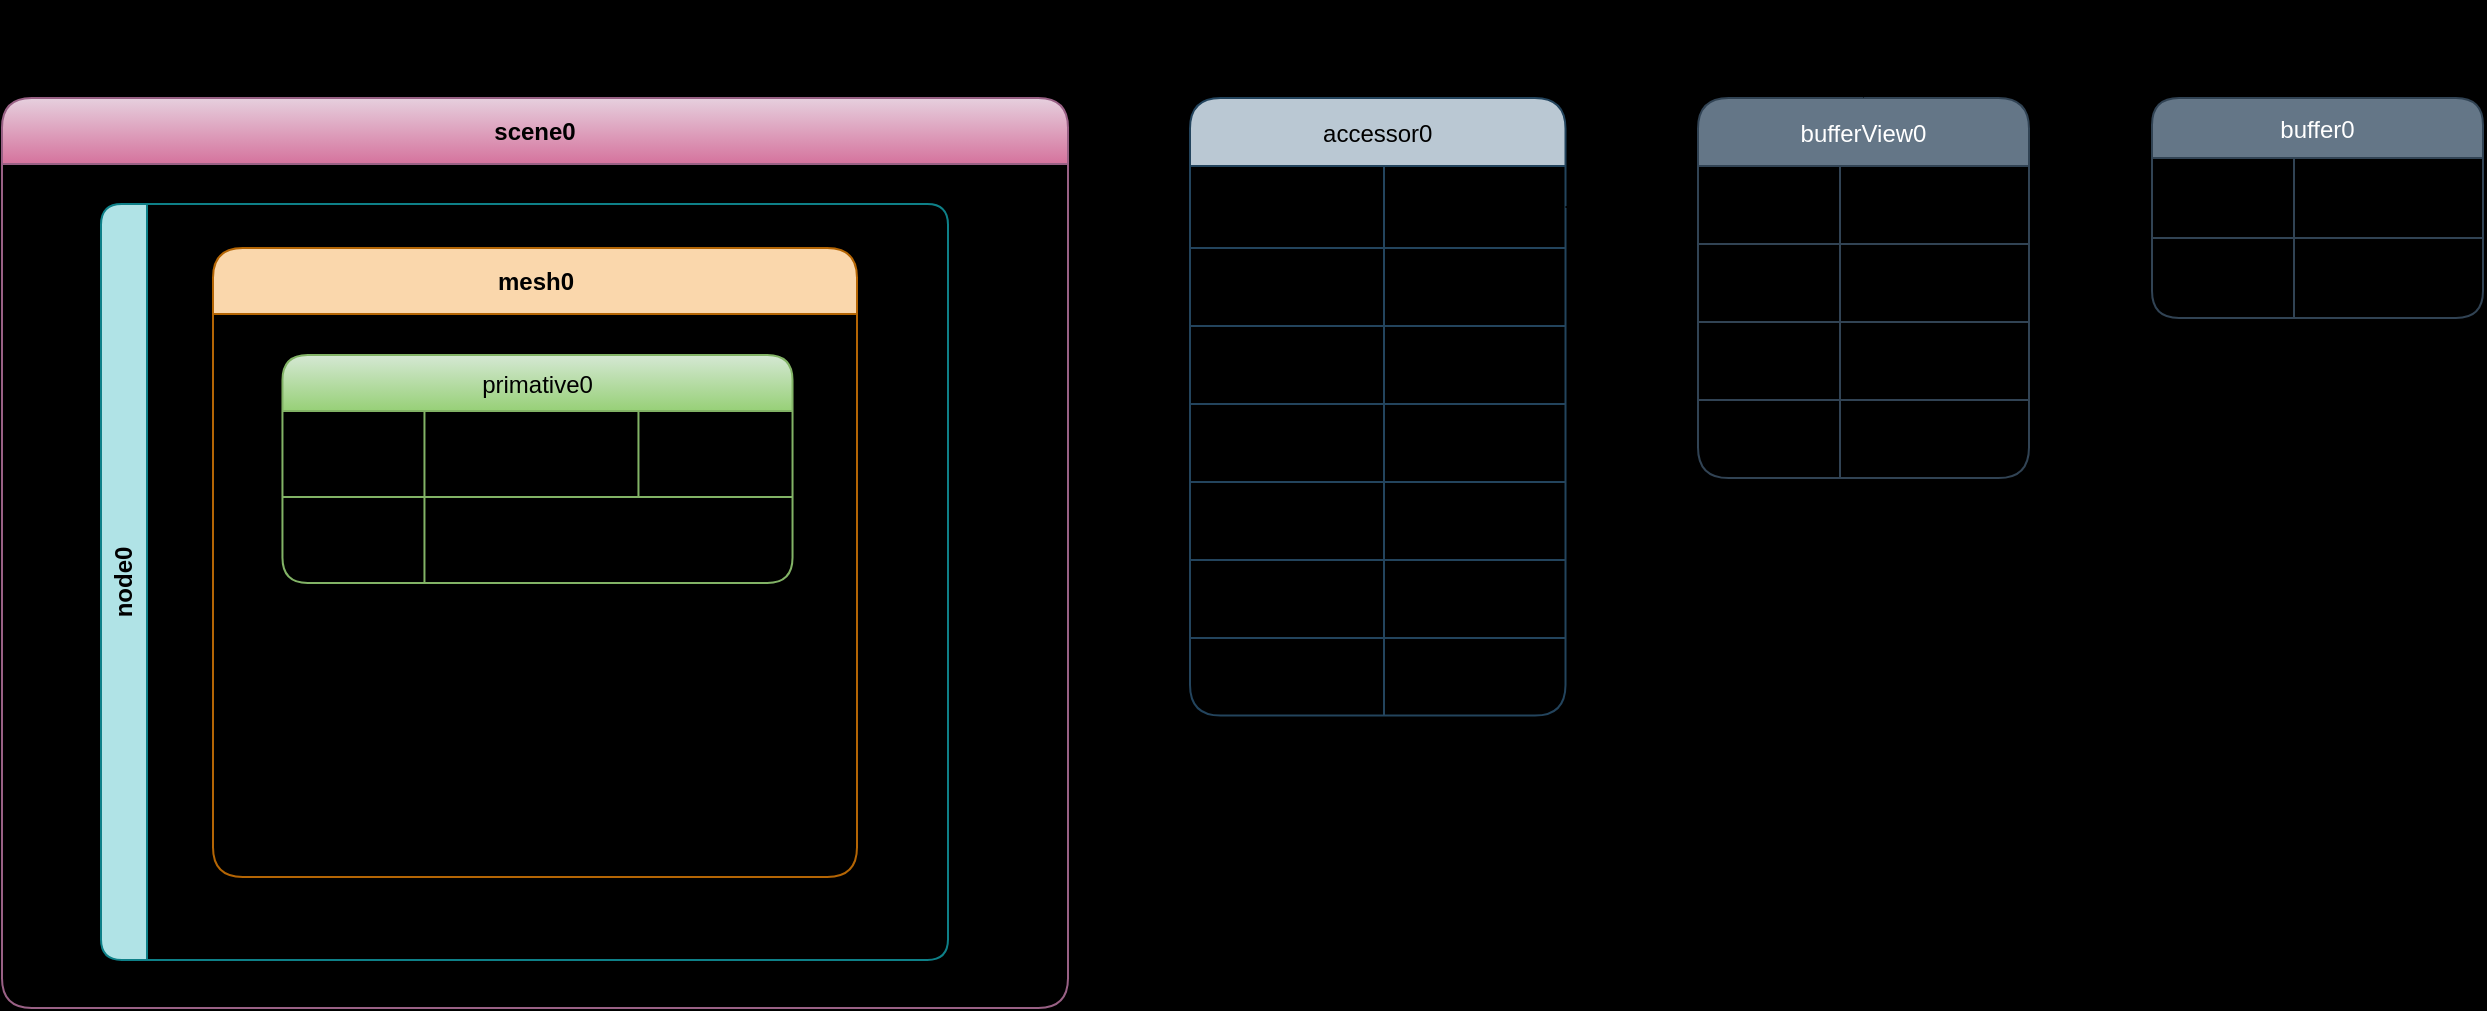
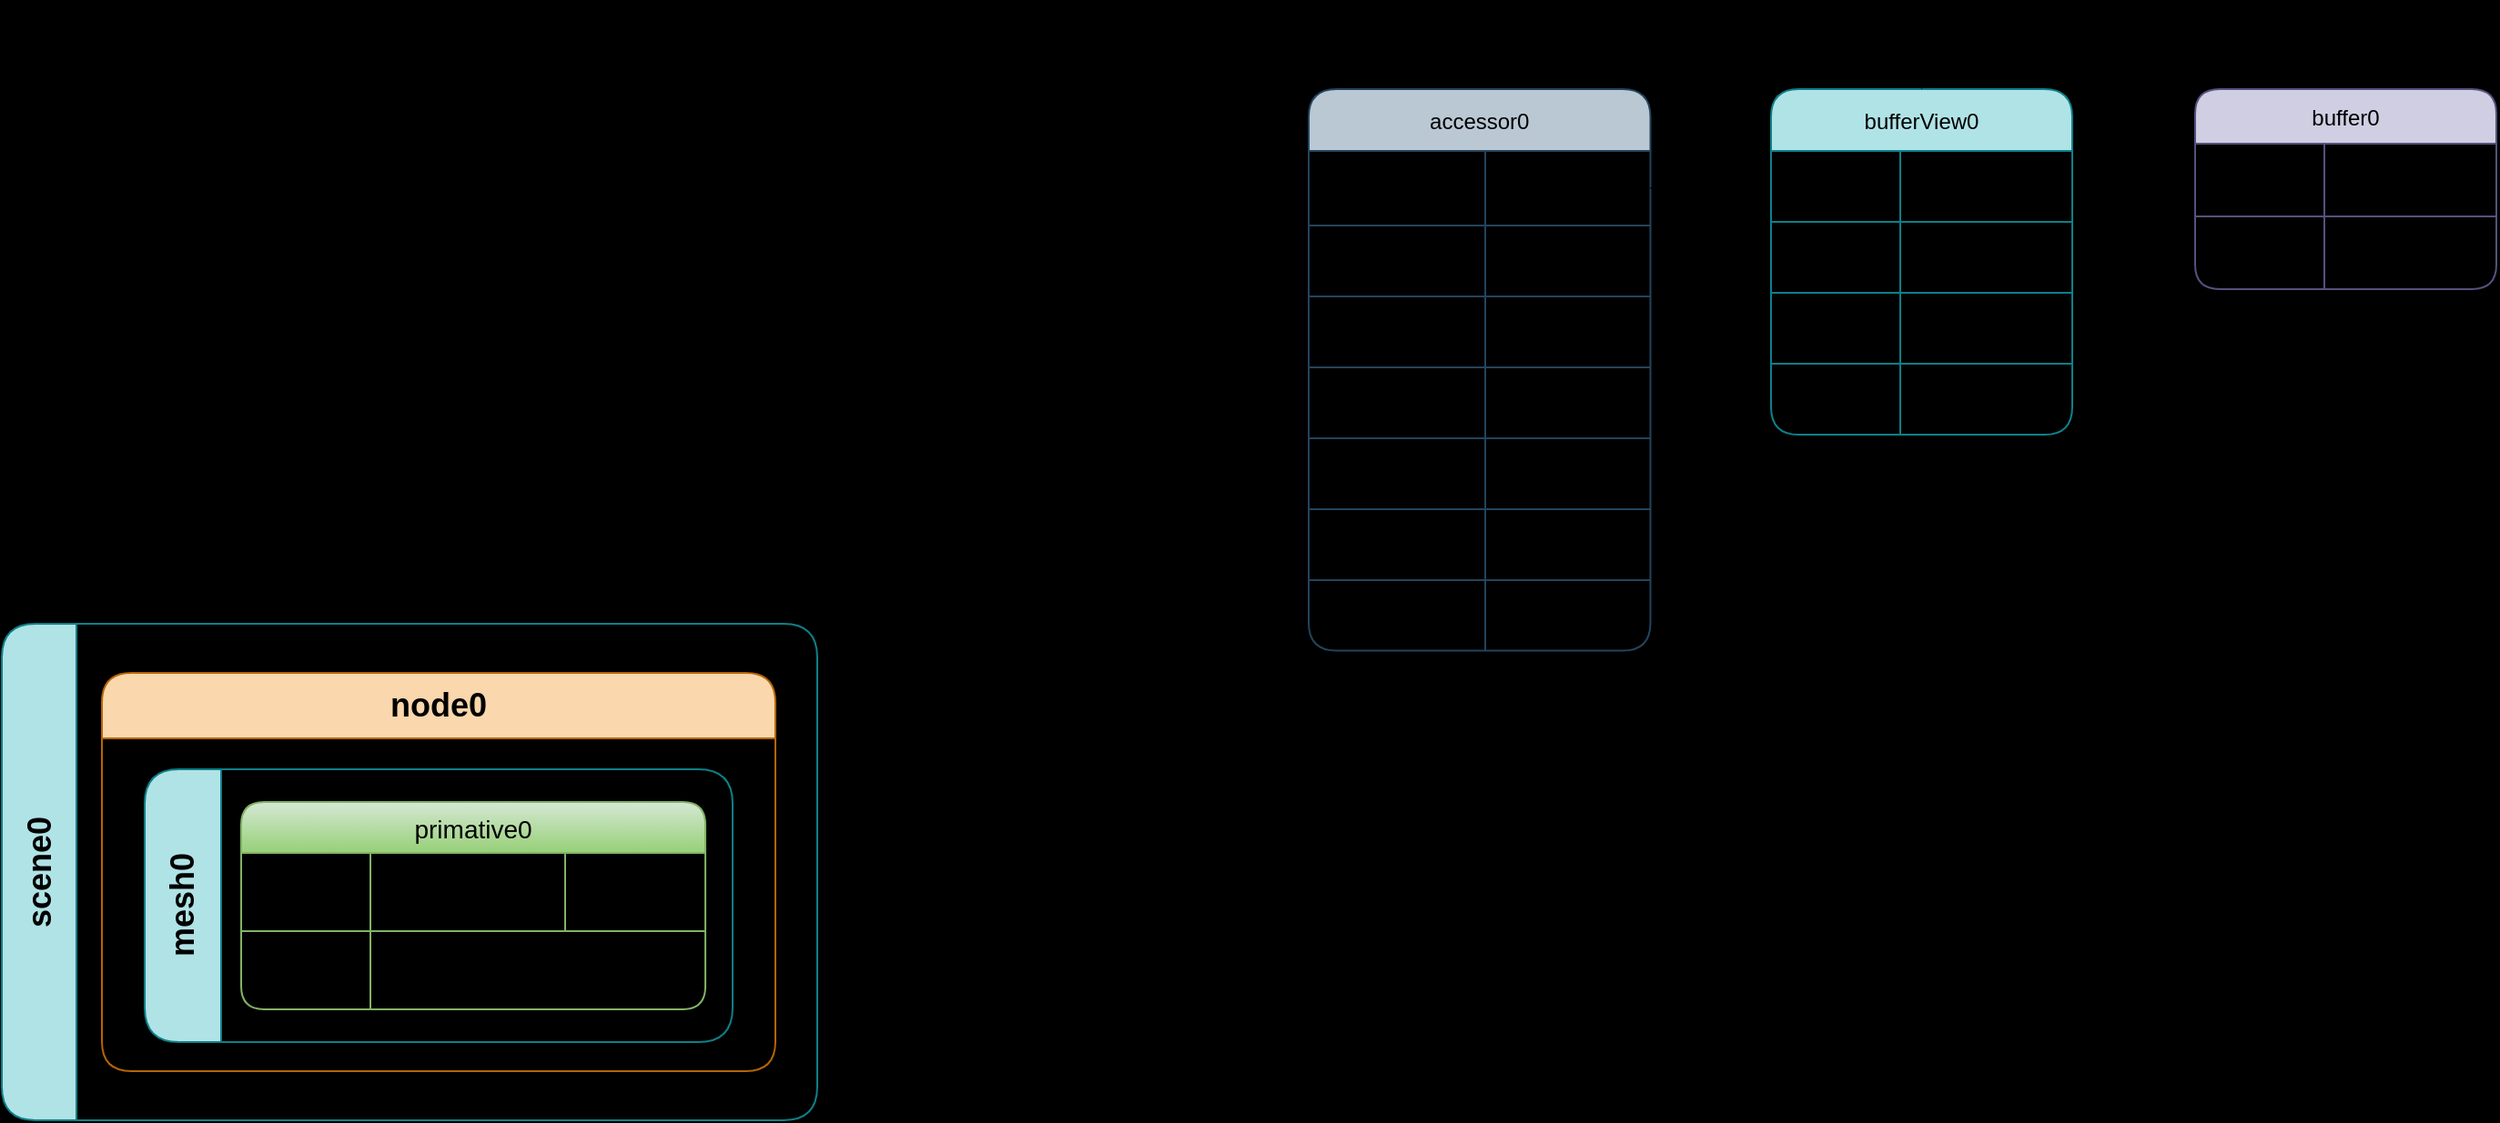
<mxfile host="app.diagrams.net">
  <diagram id="BZvedy4mBk2RI_J5c_5u" name="第 1 页">
-     <mxGraphModel dx="2491" dy="1342" grid="0" gridSize="10" guides="1" tooltips="1" connect="1" arrows="1" fold="1" page="0" pageScale="1" pageWidth="827" pageHeight="1169" background="light-dark(#000000,#2B2B2B)" math="0" shadow="0">
+     <mxGraphModel dx="2959" dy="1342" grid="0" gridSize="10" guides="1" tooltips="1" connect="1" arrows="1" fold="1" page="0" pageScale="1" pageWidth="827" pageHeight="1169" background="light-dark(#000000,#2B2B2B)" math="0" shadow="0">
      <root>
        <mxCell id="0" />
        <mxCell id="1" parent="0" />
-         <mxCell id="-Ds3_SINnqwqFCvs20sv-1" parent="1" style="shape=table;startSize=30;container=1;collapsible=0;childLayout=tableLayout;fixedHeader=1;fillColor=#647687;fontColor=#ffffff;strokeColor=#314354;rounded=1;" value="buffer0" vertex="1">
-           <mxGeometry height="110" width="165.5" x="147" y="-32" as="geometry" />
+         <mxCell id="-Ds3_SINnqwqFCvs20sv-1" parent="1" style="shape=table;startSize=30;container=1;collapsible=0;childLayout=tableLayout;fixedHeader=1;fillColor=#d0cee2;strokeColor=#56517e;rounded=1;" value="buffer0" vertex="1">
+           <mxGeometry height="110" width="165.5" x="153" y="-32" as="geometry" />
        </mxCell>
        <mxCell id="-Ds3_SINnqwqFCvs20sv-2" parent="-Ds3_SINnqwqFCvs20sv-1" style="shape=tableRow;horizontal=0;startSize=0;swimlaneHead=0;swimlaneBody=0;strokeColor=inherit;top=0;left=0;bottom=0;right=0;collapsible=0;dropTarget=0;fillColor=none;points=[[0,0.5],[1,0.5]];portConstraint=eastwest;fixedHeader=1;rounded=1;" value="" vertex="1">
          <mxGeometry height="40" width="165.5" y="30" as="geometry" />
        </mxCell>
        <mxCell id="-Ds3_SINnqwqFCvs20sv-3" parent="-Ds3_SINnqwqFCvs20sv-2" style="shape=partialRectangle;html=1;whiteSpace=wrap;connectable=0;strokeColor=inherit;overflow=hidden;fillColor=none;top=0;left=0;bottom=0;right=0;pointerEvents=1;align=center;rounded=1;fontColor=light-dark(#000000,#20C2B5);" value="uri" vertex="1">
          <mxGeometry height="40" width="71" as="geometry">
            <mxRectangle height="40" width="71" as="alternateBounds" />
          </mxGeometry>
        </mxCell>
        <mxCell id="-Ds3_SINnqwqFCvs20sv-4" parent="-Ds3_SINnqwqFCvs20sv-2" style="shape=partialRectangle;html=1;whiteSpace=wrap;connectable=0;strokeColor=inherit;overflow=hidden;fillColor=none;top=0;left=0;bottom=0;right=0;pointerEvents=1;rounded=1;fontColor=light-dark(#000000,#ACB7C4);" value="data:URL" vertex="1">
          <mxGeometry height="40" width="95" x="71" as="geometry">
            <mxRectangle height="40" width="95" as="alternateBounds" />
          </mxGeometry>
        </mxCell>
        <mxCell id="-Ds3_SINnqwqFCvs20sv-5" parent="-Ds3_SINnqwqFCvs20sv-1" style="shape=tableRow;horizontal=0;startSize=0;swimlaneHead=0;swimlaneBody=0;strokeColor=inherit;top=0;left=0;bottom=0;right=0;collapsible=0;dropTarget=0;fillColor=none;points=[[0,0.5],[1,0.5]];portConstraint=eastwest;fixedHeader=1;rounded=1;" value="" vertex="1">
          <mxGeometry height="40" width="165.5" y="70" as="geometry" />
        </mxCell>
        <mxCell id="-Ds3_SINnqwqFCvs20sv-6" parent="-Ds3_SINnqwqFCvs20sv-5" style="shape=partialRectangle;html=1;whiteSpace=wrap;connectable=0;strokeColor=inherit;overflow=hidden;fillColor=none;top=0;left=0;bottom=0;right=0;pointerEvents=1;align=center;rounded=1;fontColor=light-dark(#000000,#20C2B5);" value="byteLength" vertex="1">
          <mxGeometry height="40" width="71" as="geometry">
            <mxRectangle height="40" width="71" as="alternateBounds" />
          </mxGeometry>
        </mxCell>
        <mxCell id="-Ds3_SINnqwqFCvs20sv-7" parent="-Ds3_SINnqwqFCvs20sv-5" style="shape=partialRectangle;html=1;whiteSpace=wrap;connectable=0;strokeColor=inherit;overflow=hidden;fillColor=none;top=0;left=0;bottom=0;right=0;pointerEvents=1;rounded=1;fontColor=light-dark(#000000,#ACB7C4);" value="36" vertex="1">
          <mxGeometry height="40" width="95" x="71" as="geometry">
            <mxRectangle height="40" width="95" as="alternateBounds" />
          </mxGeometry>
        </mxCell>
-         <mxCell id="IMBELnrVSliVJA-H-ImH-1" parent="1" style="shape=table;startSize=34;container=1;collapsible=0;childLayout=tableLayout;fixedHeader=1;fillColor=#647687;fontColor=#ffffff;strokeColor=#314354;rounded=1;" value="bufferView0" vertex="1">
+         <mxCell id="IMBELnrVSliVJA-H-ImH-1" parent="1" style="shape=table;startSize=34;container=1;collapsible=0;childLayout=tableLayout;fixedHeader=1;fillColor=#b0e3e6;strokeColor=#0e8088;rounded=1;" value="bufferView0" vertex="1">
          <mxGeometry height="190" width="165.5" x="-80" y="-32" as="geometry" />
        </mxCell>
        <mxCell id="IMBELnrVSliVJA-H-ImH-2" parent="IMBELnrVSliVJA-H-ImH-1" style="shape=tableRow;horizontal=0;startSize=0;swimlaneHead=0;swimlaneBody=0;strokeColor=inherit;top=0;left=0;bottom=0;right=0;collapsible=0;dropTarget=0;fillColor=none;points=[[0,0.5],[1,0.5]];portConstraint=eastwest;fixedHeader=1;rounded=1;" value="" vertex="1">
          <mxGeometry height="39" width="165.5" y="34" as="geometry" />
        </mxCell>
        <mxCell id="IMBELnrVSliVJA-H-ImH-3" parent="IMBELnrVSliVJA-H-ImH-2" style="shape=partialRectangle;html=1;whiteSpace=wrap;connectable=0;strokeColor=inherit;overflow=hidden;fillColor=none;top=0;left=0;bottom=0;right=0;pointerEvents=1;align=center;rounded=1;fontColor=light-dark(#000000,#20C2B5);" value="buffer" vertex="1">
          <mxGeometry height="39" width="71" as="geometry">
            <mxRectangle height="39" width="71" as="alternateBounds" />
          </mxGeometry>
        </mxCell>
        <mxCell id="IMBELnrVSliVJA-H-ImH-4" parent="IMBELnrVSliVJA-H-ImH-2" style="shape=partialRectangle;html=1;whiteSpace=wrap;connectable=0;strokeColor=inherit;overflow=hidden;fillColor=none;top=0;left=0;bottom=0;right=0;pointerEvents=1;rounded=1;fontColor=light-dark(#000000,#ACB7C4);" value="0" vertex="1">
          <mxGeometry height="39" width="95" x="71" as="geometry">
            <mxRectangle height="39" width="95" as="alternateBounds" />
          </mxGeometry>
        </mxCell>
        <mxCell id="IMBELnrVSliVJA-H-ImH-5" parent="IMBELnrVSliVJA-H-ImH-1" style="shape=tableRow;horizontal=0;startSize=0;swimlaneHead=0;swimlaneBody=0;strokeColor=inherit;top=0;left=0;bottom=0;right=0;collapsible=0;dropTarget=0;fillColor=none;points=[[0,0.5],[1,0.5]];portConstraint=eastwest;fixedHeader=1;rounded=1;" value="" vertex="1">
          <mxGeometry height="39" width="165.5" y="73" as="geometry" />
        </mxCell>
        <mxCell id="IMBELnrVSliVJA-H-ImH-6" parent="IMBELnrVSliVJA-H-ImH-5" style="shape=partialRectangle;html=1;whiteSpace=wrap;connectable=0;strokeColor=inherit;overflow=hidden;fillColor=none;top=0;left=0;bottom=0;right=0;pointerEvents=1;align=center;rounded=1;fontColor=light-dark(#000000,#20C2B5);" value="byteOffset" vertex="1">
          <mxGeometry height="39" width="71" as="geometry">
            <mxRectangle height="39" width="71" as="alternateBounds" />
          </mxGeometry>
        </mxCell>
        <mxCell id="IMBELnrVSliVJA-H-ImH-7" parent="IMBELnrVSliVJA-H-ImH-5" style="shape=partialRectangle;html=1;whiteSpace=wrap;connectable=0;strokeColor=inherit;overflow=hidden;fillColor=none;top=0;left=0;bottom=0;right=0;pointerEvents=1;rounded=1;fontColor=light-dark(#000000,#ACB7C4);" value="0" vertex="1">
          <mxGeometry height="39" width="95" x="71" as="geometry">
            <mxRectangle height="39" width="95" as="alternateBounds" />
          </mxGeometry>
        </mxCell>
        <mxCell id="IMBELnrVSliVJA-H-ImH-8" parent="IMBELnrVSliVJA-H-ImH-1" style="shape=tableRow;horizontal=0;startSize=0;swimlaneHead=0;swimlaneBody=0;strokeColor=inherit;top=0;left=0;bottom=0;right=0;collapsible=0;dropTarget=0;fillColor=none;points=[[0,0.5],[1,0.5]];portConstraint=eastwest;fixedHeader=1;rounded=1;" vertex="1">
          <mxGeometry height="39" width="165.5" y="112" as="geometry" />
        </mxCell>
        <mxCell id="IMBELnrVSliVJA-H-ImH-9" parent="IMBELnrVSliVJA-H-ImH-8" style="shape=partialRectangle;html=1;whiteSpace=wrap;connectable=0;strokeColor=inherit;overflow=hidden;fillColor=none;top=0;left=0;bottom=0;right=0;pointerEvents=1;align=center;rounded=1;fontColor=light-dark(#000000,#20C2B5);" value="byteLength" vertex="1">
          <mxGeometry height="39" width="71" as="geometry">
            <mxRectangle height="39" width="71" as="alternateBounds" />
          </mxGeometry>
        </mxCell>
        <mxCell id="IMBELnrVSliVJA-H-ImH-10" parent="IMBELnrVSliVJA-H-ImH-8" style="shape=partialRectangle;html=1;whiteSpace=wrap;connectable=0;strokeColor=inherit;overflow=hidden;fillColor=none;top=0;left=0;bottom=0;right=0;pointerEvents=1;rounded=1;fontColor=light-dark(#000000,#ACB7C4);" value="36" vertex="1">
          <mxGeometry height="39" width="95" x="71" as="geometry">
            <mxRectangle height="39" width="95" as="alternateBounds" />
          </mxGeometry>
        </mxCell>
        <mxCell id="IMBELnrVSliVJA-H-ImH-11" parent="IMBELnrVSliVJA-H-ImH-1" style="shape=tableRow;horizontal=0;startSize=0;swimlaneHead=0;swimlaneBody=0;strokeColor=inherit;top=0;left=0;bottom=0;right=0;collapsible=0;dropTarget=0;fillColor=none;points=[[0,0.5],[1,0.5]];portConstraint=eastwest;fixedHeader=1;rounded=1;" vertex="1">
          <mxGeometry height="39" width="165.5" y="151" as="geometry" />
        </mxCell>
        <mxCell id="IMBELnrVSliVJA-H-ImH-12" parent="IMBELnrVSliVJA-H-ImH-11" style="shape=partialRectangle;html=1;whiteSpace=wrap;connectable=0;strokeColor=inherit;overflow=hidden;fillColor=none;top=0;left=0;bottom=0;right=0;pointerEvents=1;align=center;rounded=1;fontColor=light-dark(#000000,#20C2B5);" value="target" vertex="1">
          <mxGeometry height="39" width="71" as="geometry">
            <mxRectangle height="39" width="71" as="alternateBounds" />
          </mxGeometry>
        </mxCell>
        <mxCell id="IMBELnrVSliVJA-H-ImH-13" parent="IMBELnrVSliVJA-H-ImH-11" style="shape=partialRectangle;html=1;whiteSpace=wrap;connectable=0;strokeColor=inherit;overflow=hidden;fillColor=none;top=0;left=0;bottom=0;right=0;pointerEvents=1;rounded=1;fontColor=light-dark(#000000,#ACB7C4);" value="34962" vertex="1">
          <mxGeometry height="39" width="95" x="71" as="geometry">
            <mxRectangle height="39" width="95" as="alternateBounds" />
          </mxGeometry>
        </mxCell>
        <mxCell id="IMBELnrVSliVJA-H-ImH-16" parent="1" style="shape=table;startSize=34;container=1;collapsible=0;childLayout=tableLayout;fixedHeader=1;fillColor=#bac8d3;strokeColor=#23445d;rounded=1;" value="accessor0" vertex="1">
          <mxGeometry height="308.75" width="187.75" x="-334" y="-32" as="geometry" />
        </mxCell>
        <mxCell id="IMBELnrVSliVJA-H-ImH-17" parent="IMBELnrVSliVJA-H-ImH-16" style="shape=tableRow;horizontal=0;startSize=0;swimlaneHead=0;swimlaneBody=0;strokeColor=inherit;top=0;left=0;bottom=0;right=0;collapsible=0;dropTarget=0;fillColor=none;points=[[0,0.5],[1,0.5]];portConstraint=eastwest;fixedHeader=1;rounded=1;" value="" vertex="1">
          <mxGeometry height="41" width="187.75" y="34" as="geometry" />
        </mxCell>
        <mxCell id="IMBELnrVSliVJA-H-ImH-18" parent="IMBELnrVSliVJA-H-ImH-17" style="shape=partialRectangle;html=1;whiteSpace=wrap;connectable=0;strokeColor=inherit;overflow=hidden;fillColor=none;top=0;left=0;bottom=0;right=0;pointerEvents=1;align=center;rounded=1;fontColor=light-dark(#000000,#20C2B5);fontStyle=1" value="&lt;span style=&quot;&quot;&gt;bufferView&lt;/span&gt;" vertex="1">
          <mxGeometry height="41" width="97" as="geometry">
            <mxRectangle height="41" width="97" as="alternateBounds" />
          </mxGeometry>
        </mxCell>
        <mxCell id="IMBELnrVSliVJA-H-ImH-19" parent="IMBELnrVSliVJA-H-ImH-17" style="shape=partialRectangle;html=1;whiteSpace=wrap;connectable=0;strokeColor=inherit;overflow=hidden;fillColor=none;top=0;left=0;bottom=0;right=0;pointerEvents=1;rounded=1;fontColor=light-dark(#000000,#ACB7C4);" value="0" vertex="1">
          <mxGeometry height="41" width="91" x="97" as="geometry">
            <mxRectangle height="41" width="91" as="alternateBounds" />
          </mxGeometry>
        </mxCell>
        <mxCell id="IMBELnrVSliVJA-H-ImH-20" parent="IMBELnrVSliVJA-H-ImH-16" style="shape=tableRow;horizontal=0;startSize=0;swimlaneHead=0;swimlaneBody=0;strokeColor=inherit;top=0;left=0;bottom=0;right=0;collapsible=0;dropTarget=0;fillColor=none;points=[[0,0.5],[1,0.5]];portConstraint=eastwest;fixedHeader=1;rounded=1;" value="" vertex="1">
          <mxGeometry height="39" width="187.75" y="75" as="geometry" />
        </mxCell>
        <mxCell id="IMBELnrVSliVJA-H-ImH-21" parent="IMBELnrVSliVJA-H-ImH-20" style="shape=partialRectangle;html=1;whiteSpace=wrap;connectable=0;strokeColor=inherit;overflow=hidden;fillColor=none;top=0;left=0;bottom=0;right=0;pointerEvents=1;align=center;rounded=1;fontColor=light-dark(#000000,#20C2B5);" value="byteOffset" vertex="1">
          <mxGeometry height="39" width="97" as="geometry">
            <mxRectangle height="39" width="97" as="alternateBounds" />
          </mxGeometry>
        </mxCell>
        <mxCell id="IMBELnrVSliVJA-H-ImH-22" parent="IMBELnrVSliVJA-H-ImH-20" style="shape=partialRectangle;html=1;whiteSpace=wrap;connectable=0;strokeColor=inherit;overflow=hidden;fillColor=none;top=0;left=0;bottom=0;right=0;pointerEvents=1;rounded=1;fontColor=light-dark(#000000,#ACB7C4);" value="0" vertex="1">
          <mxGeometry height="39" width="91" x="97" as="geometry">
            <mxRectangle height="39" width="91" as="alternateBounds" />
          </mxGeometry>
        </mxCell>
        <mxCell id="IMBELnrVSliVJA-H-ImH-23" parent="IMBELnrVSliVJA-H-ImH-16" style="shape=tableRow;horizontal=0;startSize=0;swimlaneHead=0;swimlaneBody=0;strokeColor=inherit;top=0;left=0;bottom=0;right=0;collapsible=0;dropTarget=0;fillColor=none;points=[[0,0.5],[1,0.5]];portConstraint=eastwest;fixedHeader=1;rounded=1;" vertex="1">
          <mxGeometry height="39" width="187.75" y="114" as="geometry" />
        </mxCell>
        <mxCell id="IMBELnrVSliVJA-H-ImH-24" parent="IMBELnrVSliVJA-H-ImH-23" style="shape=partialRectangle;html=1;whiteSpace=wrap;connectable=0;strokeColor=inherit;overflow=hidden;fillColor=none;top=0;left=0;bottom=0;right=0;pointerEvents=1;align=center;rounded=1;fontColor=light-dark(#000000,#20C2B5);" value="componentType" vertex="1">
          <mxGeometry height="39" width="97" as="geometry">
            <mxRectangle height="39" width="97" as="alternateBounds" />
          </mxGeometry>
        </mxCell>
        <mxCell id="IMBELnrVSliVJA-H-ImH-25" parent="IMBELnrVSliVJA-H-ImH-23" style="shape=partialRectangle;html=1;whiteSpace=wrap;connectable=0;strokeColor=inherit;overflow=hidden;fillColor=none;top=0;left=0;bottom=0;right=0;pointerEvents=1;rounded=1;fontColor=light-dark(#000000,#ACB7C4);" value="5126" vertex="1">
          <mxGeometry height="39" width="91" x="97" as="geometry">
            <mxRectangle height="39" width="91" as="alternateBounds" />
          </mxGeometry>
        </mxCell>
        <mxCell id="IMBELnrVSliVJA-H-ImH-26" parent="IMBELnrVSliVJA-H-ImH-16" style="shape=tableRow;horizontal=0;startSize=0;swimlaneHead=0;swimlaneBody=0;strokeColor=inherit;top=0;left=0;bottom=0;right=0;collapsible=0;dropTarget=0;fillColor=none;points=[[0,0.5],[1,0.5]];portConstraint=eastwest;fixedHeader=1;rounded=1;" vertex="1">
          <mxGeometry height="39" width="187.75" y="153" as="geometry" />
        </mxCell>
        <mxCell id="IMBELnrVSliVJA-H-ImH-27" parent="IMBELnrVSliVJA-H-ImH-26" style="shape=partialRectangle;html=1;whiteSpace=wrap;connectable=0;strokeColor=inherit;overflow=hidden;fillColor=none;top=0;left=0;bottom=0;right=0;pointerEvents=1;align=center;rounded=1;fontColor=light-dark(#000000,#20C2B5);" value="count" vertex="1">
          <mxGeometry height="39" width="97" as="geometry">
            <mxRectangle height="39" width="97" as="alternateBounds" />
          </mxGeometry>
        </mxCell>
        <mxCell id="IMBELnrVSliVJA-H-ImH-28" parent="IMBELnrVSliVJA-H-ImH-26" style="shape=partialRectangle;html=1;whiteSpace=wrap;connectable=0;strokeColor=inherit;overflow=hidden;fillColor=none;top=0;left=0;bottom=0;right=0;pointerEvents=1;rounded=1;fontColor=light-dark(#000000,#ACB7C4);" value="3" vertex="1">
          <mxGeometry height="39" width="91" x="97" as="geometry">
            <mxRectangle height="39" width="91" as="alternateBounds" />
          </mxGeometry>
        </mxCell>
        <mxCell id="IMBELnrVSliVJA-H-ImH-29" parent="IMBELnrVSliVJA-H-ImH-16" style="shape=tableRow;horizontal=0;startSize=0;swimlaneHead=0;swimlaneBody=0;strokeColor=inherit;top=0;left=0;bottom=0;right=0;collapsible=0;dropTarget=0;fillColor=none;points=[[0,0.5],[1,0.5]];portConstraint=eastwest;fixedHeader=1;rounded=1;" vertex="1">
          <mxGeometry height="39" width="187.75" y="192" as="geometry" />
        </mxCell>
        <mxCell id="IMBELnrVSliVJA-H-ImH-30" parent="IMBELnrVSliVJA-H-ImH-29" style="shape=partialRectangle;html=1;whiteSpace=wrap;connectable=0;strokeColor=inherit;overflow=hidden;fillColor=none;top=0;left=0;bottom=0;right=0;pointerEvents=1;align=center;rounded=1;fontColor=light-dark(#000000,#20C2B5);" value="type" vertex="1">
          <mxGeometry height="39" width="97" as="geometry">
            <mxRectangle height="39" width="97" as="alternateBounds" />
          </mxGeometry>
        </mxCell>
        <mxCell id="IMBELnrVSliVJA-H-ImH-31" parent="IMBELnrVSliVJA-H-ImH-29" style="shape=partialRectangle;html=1;whiteSpace=wrap;connectable=0;strokeColor=inherit;overflow=hidden;fillColor=none;top=0;left=0;bottom=0;right=0;pointerEvents=1;rounded=1;fontColor=light-dark(#000000,#ACB7C4);" value="&quot;VEC3&quot;" vertex="1">
          <mxGeometry height="39" width="91" x="97" as="geometry">
            <mxRectangle height="39" width="91" as="alternateBounds" />
          </mxGeometry>
        </mxCell>
        <mxCell id="IMBELnrVSliVJA-H-ImH-32" parent="IMBELnrVSliVJA-H-ImH-16" style="shape=tableRow;horizontal=0;startSize=0;swimlaneHead=0;swimlaneBody=0;strokeColor=inherit;top=0;left=0;bottom=0;right=0;collapsible=0;dropTarget=0;fillColor=none;points=[[0,0.5],[1,0.5]];portConstraint=eastwest;fixedHeader=1;rounded=1;" vertex="1">
          <mxGeometry height="39" width="187.75" y="231" as="geometry" />
        </mxCell>
        <mxCell id="IMBELnrVSliVJA-H-ImH-33" parent="IMBELnrVSliVJA-H-ImH-32" style="shape=partialRectangle;html=1;whiteSpace=wrap;connectable=0;strokeColor=inherit;overflow=hidden;fillColor=none;top=0;left=0;bottom=0;right=0;pointerEvents=1;align=center;rounded=1;fontColor=light-dark(#000000,#20C2B5);" value="max" vertex="1">
          <mxGeometry height="39" width="97" as="geometry">
            <mxRectangle height="39" width="97" as="alternateBounds" />
          </mxGeometry>
        </mxCell>
        <mxCell id="IMBELnrVSliVJA-H-ImH-34" parent="IMBELnrVSliVJA-H-ImH-32" style="shape=partialRectangle;html=1;whiteSpace=wrap;connectable=0;strokeColor=inherit;overflow=hidden;fillColor=none;top=0;left=0;bottom=0;right=0;pointerEvents=1;rounded=1;fontColor=light-dark(#000000,#ACB7C4);" value="[1.0, 1.0, 0.0]" vertex="1">
          <mxGeometry height="39" width="91" x="97" as="geometry">
            <mxRectangle height="39" width="91" as="alternateBounds" />
          </mxGeometry>
        </mxCell>
        <mxCell id="IMBELnrVSliVJA-H-ImH-35" parent="IMBELnrVSliVJA-H-ImH-16" style="shape=tableRow;horizontal=0;startSize=0;swimlaneHead=0;swimlaneBody=0;strokeColor=inherit;top=0;left=0;bottom=0;right=0;collapsible=0;dropTarget=0;fillColor=none;points=[[0,0.5],[1,0.5]];portConstraint=eastwest;fixedHeader=1;rounded=1;" vertex="1">
          <mxGeometry height="39" width="187.75" y="270" as="geometry" />
        </mxCell>
        <mxCell id="IMBELnrVSliVJA-H-ImH-36" parent="IMBELnrVSliVJA-H-ImH-35" style="shape=partialRectangle;html=1;whiteSpace=wrap;connectable=0;strokeColor=inherit;overflow=hidden;fillColor=none;top=0;left=0;bottom=0;right=0;pointerEvents=1;align=center;rounded=1;fontColor=light-dark(#000000,#20C2B5);" value="min" vertex="1">
          <mxGeometry height="39" width="97" as="geometry">
            <mxRectangle height="39" width="97" as="alternateBounds" />
          </mxGeometry>
        </mxCell>
        <mxCell id="IMBELnrVSliVJA-H-ImH-37" parent="IMBELnrVSliVJA-H-ImH-35" style="shape=partialRectangle;html=1;whiteSpace=wrap;connectable=0;strokeColor=inherit;overflow=hidden;fillColor=none;top=0;left=0;bottom=0;right=0;pointerEvents=1;rounded=1;fontColor=light-dark(#000000,#ACB7C4);" value="[0.0, 1.0, 0.0]" vertex="1">
          <mxGeometry height="39" width="91" x="97" as="geometry">
            <mxRectangle height="39" width="91" as="alternateBounds" />
-           </mxGeometry>
-         </mxCell>
-         <mxCell id="GIUIsMX7UZoavufT8lRc-1" parent="1" style="swimlane;whiteSpace=wrap;html=1;startSize=33;strokeColor=#996185;labelBackgroundColor=none;labelBorderColor=none;fillColor=#e6d0de;gradientColor=#d5739d;rounded=1;" value="&lt;span style=&quot;color: light-dark(rgb(0, 0, 0), rgb(102, 255, 179));&quot;&gt;scene0&lt;/span&gt;" vertex="1">
-           <mxGeometry height="455" width="533" x="-928" y="-32" as="geometry" />
-         </mxCell>
-         <mxCell id="GIUIsMX7UZoavufT8lRc-2" parent="GIUIsMX7UZoavufT8lRc-1" style="swimlane;horizontal=0;whiteSpace=wrap;html=1;fillColor=#b0e3e6;strokeColor=#0e8088;rounded=1;" value="&lt;span style=&quot;color: light-dark(rgb(0, 0, 0), rgb(102, 255, 179));&quot;&gt;node0&lt;/span&gt;" vertex="1">
-           <mxGeometry height="378" width="423.5" x="49.5" y="53" as="geometry" />
-         </mxCell>
-         <mxCell id="oYlXVEz9eKNw0EBKh330-92" parent="GIUIsMX7UZoavufT8lRc-2" style="swimlane;whiteSpace=wrap;html=1;startSize=33;strokeColor=#b46504;fillColor=#fad7ac;rounded=1;" value="&lt;span style=&quot;color: light-dark(rgb(0, 0, 0), rgb(102, 255, 179));&quot;&gt;mesh0&lt;/span&gt;" vertex="1">
-           <mxGeometry height="314.5" width="322" x="56" y="22" as="geometry" />
-         </mxCell>
-         <mxCell id="yEyvN-dxv5ZRYvW9oAyH-35" parent="oYlXVEz9eKNw0EBKh330-92" style="shape=table;startSize=28;container=1;collapsible=0;childLayout=tableLayout;fixedHeader=1;fillColor=#d5e8d4;strokeColor=#82b366;rounded=1;gradientColor=#97d077;" value="primative0" vertex="1">
-           <mxGeometry height="114" width="255.0344827586207" x="34.73000000000002" y="53.5" as="geometry" />
-         </mxCell>
-         <mxCell id="yEyvN-dxv5ZRYvW9oAyH-36" parent="yEyvN-dxv5ZRYvW9oAyH-35" style="shape=tableRow;horizontal=0;startSize=0;swimlaneHead=0;swimlaneBody=0;strokeColor=inherit;top=0;left=0;bottom=0;right=0;collapsible=0;dropTarget=0;fillColor=none;points=[[0,0.5],[1,0.5]];portConstraint=eastwest;fixedHeader=1;rounded=1;" value="" vertex="1">
-           <mxGeometry height="43" width="255.0344827586207" y="28" as="geometry" />
-         </mxCell>
-         <mxCell id="yEyvN-dxv5ZRYvW9oAyH-37" parent="yEyvN-dxv5ZRYvW9oAyH-36" style="shape=partialRectangle;html=1;whiteSpace=wrap;connectable=0;strokeColor=inherit;overflow=hidden;fillColor=none;top=0;left=0;bottom=0;right=0;pointerEvents=1;align=center;rounded=1;" value="&lt;span style=&quot;color: light-dark(rgb(0, 0, 0), rgb(32, 194, 181));&quot;&gt;attributes&lt;/span&gt;" vertex="1">
-           <mxGeometry height="43" width="71" as="geometry">
-             <mxRectangle height="43" width="71" as="alternateBounds" />
-           </mxGeometry>
-         </mxCell>
-         <mxCell id="yEyvN-dxv5ZRYvW9oAyH-38" parent="yEyvN-dxv5ZRYvW9oAyH-36" style="shape=partialRectangle;html=1;whiteSpace=wrap;connectable=0;strokeColor=inherit;overflow=hidden;fillColor=none;top=0;left=0;bottom=0;right=0;pointerEvents=1;rounded=1;" value="&lt;span style=&quot;color: light-dark(rgb(0, 0, 0), rgb(172, 183, 196));&quot;&gt;POSITION&lt;/span&gt;" vertex="1">
-           <mxGeometry height="43" width="107" x="71" as="geometry">
-             <mxRectangle height="43" width="107" as="alternateBounds" />
-           </mxGeometry>
-         </mxCell>
-         <mxCell id="yEyvN-dxv5ZRYvW9oAyH-55" parent="yEyvN-dxv5ZRYvW9oAyH-36" style="shape=partialRectangle;html=1;whiteSpace=wrap;connectable=0;strokeColor=inherit;overflow=hidden;fillColor=none;top=0;left=0;bottom=0;right=0;pointerEvents=1;rounded=1;" value="&lt;span style=&quot;color: light-dark(rgb(0, 0, 0), rgb(172, 183, 196));&quot;&gt;0&lt;/span&gt;" vertex="1">
-           <mxGeometry height="43" width="77" x="178" as="geometry">
-             <mxRectangle height="43" width="77" as="alternateBounds" />
-           </mxGeometry>
-         </mxCell>
-         <mxCell id="yEyvN-dxv5ZRYvW9oAyH-45" parent="yEyvN-dxv5ZRYvW9oAyH-35" style="shape=tableRow;horizontal=0;startSize=0;swimlaneHead=0;swimlaneBody=0;strokeColor=inherit;top=0;left=0;bottom=0;right=0;collapsible=0;dropTarget=0;fillColor=none;points=[[0,0.5],[1,0.5]];portConstraint=eastwest;fixedHeader=1;rounded=1;" vertex="1">
-           <mxGeometry height="43" width="255.0344827586207" y="71" as="geometry" />
-         </mxCell>
-         <mxCell id="yEyvN-dxv5ZRYvW9oAyH-46" parent="yEyvN-dxv5ZRYvW9oAyH-45" style="shape=partialRectangle;html=1;whiteSpace=wrap;connectable=0;strokeColor=inherit;overflow=hidden;fillColor=none;top=0;left=0;bottom=0;right=0;pointerEvents=1;align=center;rounded=1;fontFamily=Helvetica;fontSize=12;fontColor=default;fontStyle=0;verticalAlign=middle;" value="&lt;span style=&quot;color: light-dark(rgb(0, 0, 0), rgb(32, 194, 181));&quot;&gt;mode&lt;/span&gt;" vertex="1">
-           <mxGeometry height="43" width="71" as="geometry">
-             <mxRectangle height="43" width="71" as="alternateBounds" />
-           </mxGeometry>
-         </mxCell>
-         <mxCell id="yEyvN-dxv5ZRYvW9oAyH-47" parent="yEyvN-dxv5ZRYvW9oAyH-45" style="shape=partialRectangle;html=1;whiteSpace=wrap;connectable=0;strokeColor=inherit;overflow=hidden;fillColor=none;top=0;left=0;bottom=0;right=0;pointerEvents=1;rounded=1;rowspan=1;colspan=2;" value="&lt;span style=&quot;color: light-dark(rgb(0, 0, 0), rgb(172, 183, 196));&quot;&gt;4&lt;/span&gt;" vertex="1">
-           <mxGeometry height="43" width="184" x="71" as="geometry">
-             <mxRectangle height="43" width="107" as="alternateBounds" />
-           </mxGeometry>
-         </mxCell>
-         <mxCell id="yEyvN-dxv5ZRYvW9oAyH-58" parent="yEyvN-dxv5ZRYvW9oAyH-45" style="shape=partialRectangle;html=1;whiteSpace=wrap;connectable=0;strokeColor=inherit;overflow=hidden;fillColor=none;top=0;left=0;bottom=0;right=0;pointerEvents=1;rounded=1;" vertex="1" visible="0">
-           <mxGeometry height="43" width="77" x="178" as="geometry">
-             <mxRectangle height="43" width="77" as="alternateBounds" />
          </mxGeometry>
        </mxCell>
        <mxCell id="yEyvN-dxv5ZRYvW9oAyH-64" edge="1" parent="1" source="IMBELnrVSliVJA-H-ImH-17" style="edgeStyle=orthogonalEdgeStyle;rounded=1;orthogonalLoop=1;jettySize=auto;html=1;entryX=0.5;entryY=0;entryDx=0;entryDy=0;fontSize=12;startSize=8;endSize=8;strokeColor=light-dark(#000000,#33FF99);align=center;verticalAlign=middle;fontFamily=Helvetica;fontColor=default;labelBackgroundColor=default;endArrow=classic;flowAnimation=0;exitX=1;exitY=0.5;exitDx=0;exitDy=0;" target="IMBELnrVSliVJA-H-ImH-1">
          <mxGeometry relative="1" as="geometry">
            <Array as="points">
              <mxPoint x="-113" y="23" />
              <mxPoint x="-113" y="-71" />
              <mxPoint x="3" y="-71" />
            </Array>
          </mxGeometry>
        </mxCell>
+         <mxCell id="GIUIsMX7UZoavufT8lRc-2" parent="1" style="swimlane;horizontal=0;whiteSpace=wrap;html=1;fillColor=#b0e3e6;strokeColor=#0e8088;rounded=1;startSize=41;" value="&lt;span style=&quot;color: light-dark(rgb(0, 0, 0), rgb(102, 255, 179));&quot;&gt;&lt;font style=&quot;font-size: 18px;&quot;&gt;scene0&lt;/font&gt;&lt;/span&gt;" vertex="1">
+           <mxGeometry height="273" width="448" x="-1052" y="262" as="geometry" />
+         </mxCell>
+         <mxCell id="oYlXVEz9eKNw0EBKh330-92" parent="GIUIsMX7UZoavufT8lRc-2" style="swimlane;whiteSpace=wrap;html=1;startSize=36;strokeColor=#b46504;fillColor=#fad7ac;rounded=1;" value="&lt;span style=&quot;color: light-dark(rgb(0, 0, 0), rgb(102, 255, 179));&quot;&gt;&lt;font style=&quot;font-size: 18px;&quot;&gt;node0&lt;/font&gt;&lt;/span&gt;" vertex="1">
+           <mxGeometry height="219" width="370" x="55" y="27" as="geometry" />
+         </mxCell>
+         <mxCell id="yEyvN-dxv5ZRYvW9oAyH-66" parent="oYlXVEz9eKNw0EBKh330-92" style="swimlane;horizontal=0;whiteSpace=wrap;html=1;fillColor=#b0e3e6;strokeColor=#0e8088;rounded=1;startSize=42;" value="&lt;span style=&quot;color: light-dark(rgb(0, 0, 0), rgb(102, 255, 179));&quot;&gt;&lt;font style=&quot;font-size: 18px;&quot;&gt;mesh0&lt;/font&gt;&lt;/span&gt;" vertex="1">
+           <mxGeometry height="150" width="323" x="23.5" y="53" as="geometry" />
+         </mxCell>
+         <mxCell id="yEyvN-dxv5ZRYvW9oAyH-35" parent="yEyvN-dxv5ZRYvW9oAyH-66" style="shape=table;startSize=28;container=1;collapsible=0;childLayout=tableLayout;fixedHeader=1;fillColor=#d5e8d4;strokeColor=#82b366;rounded=1;gradientColor=#97d077;fontSize=14;" value="primative0" vertex="1">
+           <mxGeometry height="114" width="255.0344827586207" x="53" y="18" as="geometry" />
+         </mxCell>
+         <mxCell id="yEyvN-dxv5ZRYvW9oAyH-36" parent="yEyvN-dxv5ZRYvW9oAyH-35" style="shape=tableRow;horizontal=0;startSize=0;swimlaneHead=0;swimlaneBody=0;strokeColor=inherit;top=0;left=0;bottom=0;right=0;collapsible=0;dropTarget=0;fillColor=none;points=[[0,0.5],[1,0.5]];portConstraint=eastwest;fixedHeader=1;rounded=1;" value="" vertex="1">
+           <mxGeometry height="43" width="255.0344827586207" y="28" as="geometry" />
+         </mxCell>
+         <mxCell id="yEyvN-dxv5ZRYvW9oAyH-37" parent="yEyvN-dxv5ZRYvW9oAyH-36" style="shape=partialRectangle;html=1;whiteSpace=wrap;connectable=0;strokeColor=inherit;overflow=hidden;fillColor=none;top=0;left=0;bottom=0;right=0;pointerEvents=1;align=center;rounded=1;" value="&lt;span style=&quot;color: light-dark(rgb(0, 0, 0), rgb(32, 194, 181));&quot;&gt;attributes&lt;/span&gt;" vertex="1">
+           <mxGeometry height="43" width="71" as="geometry">
+             <mxRectangle height="43" width="71" as="alternateBounds" />
+           </mxGeometry>
+         </mxCell>
+         <mxCell id="yEyvN-dxv5ZRYvW9oAyH-38" parent="yEyvN-dxv5ZRYvW9oAyH-36" style="shape=partialRectangle;html=1;whiteSpace=wrap;connectable=0;strokeColor=inherit;overflow=hidden;fillColor=none;top=0;left=0;bottom=0;right=0;pointerEvents=1;rounded=1;" value="&lt;span style=&quot;color: light-dark(rgb(0, 0, 0), rgb(103, 171, 159));&quot;&gt;POSITION&lt;/span&gt;" vertex="1">
+           <mxGeometry height="43" width="107" x="71" as="geometry">
+             <mxRectangle height="43" width="107" as="alternateBounds" />
+           </mxGeometry>
+         </mxCell>
+         <mxCell id="yEyvN-dxv5ZRYvW9oAyH-55" parent="yEyvN-dxv5ZRYvW9oAyH-36" style="shape=partialRectangle;html=1;whiteSpace=wrap;connectable=0;strokeColor=inherit;overflow=hidden;fillColor=none;top=0;left=0;bottom=0;right=0;pointerEvents=1;rounded=1;" value="&lt;span style=&quot;color: light-dark(rgb(0, 0, 0), rgb(172, 183, 196));&quot;&gt;0&lt;/span&gt;" vertex="1">
+           <mxGeometry height="43" width="77" x="178" as="geometry">
+             <mxRectangle height="43" width="77" as="alternateBounds" />
+           </mxGeometry>
+         </mxCell>
+         <mxCell id="yEyvN-dxv5ZRYvW9oAyH-45" parent="yEyvN-dxv5ZRYvW9oAyH-35" style="shape=tableRow;horizontal=0;startSize=0;swimlaneHead=0;swimlaneBody=0;strokeColor=inherit;top=0;left=0;bottom=0;right=0;collapsible=0;dropTarget=0;fillColor=none;points=[[0,0.5],[1,0.5]];portConstraint=eastwest;fixedHeader=1;rounded=1;" vertex="1">
+           <mxGeometry height="43" width="255.0344827586207" y="71" as="geometry" />
+         </mxCell>
+         <mxCell id="yEyvN-dxv5ZRYvW9oAyH-46" parent="yEyvN-dxv5ZRYvW9oAyH-45" style="shape=partialRectangle;html=1;whiteSpace=wrap;connectable=0;strokeColor=inherit;overflow=hidden;fillColor=none;top=0;left=0;bottom=0;right=0;pointerEvents=1;align=center;rounded=1;fontFamily=Helvetica;fontSize=12;fontColor=default;fontStyle=0;verticalAlign=middle;" value="&lt;span style=&quot;color: light-dark(rgb(0, 0, 0), rgb(32, 194, 181));&quot;&gt;mode&lt;/span&gt;" vertex="1">
+           <mxGeometry height="43" width="71" as="geometry">
+             <mxRectangle height="43" width="71" as="alternateBounds" />
+           </mxGeometry>
+         </mxCell>
+         <mxCell id="yEyvN-dxv5ZRYvW9oAyH-47" parent="yEyvN-dxv5ZRYvW9oAyH-45" style="shape=partialRectangle;html=1;whiteSpace=wrap;connectable=0;strokeColor=inherit;overflow=hidden;fillColor=none;top=0;left=0;bottom=0;right=0;pointerEvents=1;rounded=1;rowspan=1;colspan=2;" value="&lt;span style=&quot;color: light-dark(rgb(0, 0, 0), rgb(172, 183, 196));&quot;&gt;4&lt;/span&gt;" vertex="1">
+           <mxGeometry height="43" width="184" x="71" as="geometry">
+             <mxRectangle height="43" width="107" as="alternateBounds" />
+           </mxGeometry>
+         </mxCell>
+         <mxCell id="yEyvN-dxv5ZRYvW9oAyH-58" parent="yEyvN-dxv5ZRYvW9oAyH-45" style="shape=partialRectangle;html=1;whiteSpace=wrap;connectable=0;strokeColor=inherit;overflow=hidden;fillColor=none;top=0;left=0;bottom=0;right=0;pointerEvents=1;rounded=1;" vertex="1" visible="0">
+           <mxGeometry height="43" width="77" x="178" as="geometry">
+             <mxRectangle height="43" width="77" as="alternateBounds" />
+           </mxGeometry>
+         </mxCell>
      </root>
    </mxGraphModel>
  </diagram>
</mxfile>
